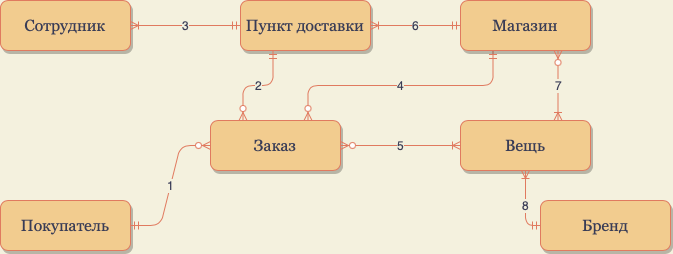
Earlier version of the draw.io export images/ConceptualModel.png (werticell/DatabaseProject). Source tidied: cells renumbered, new cells last; positions are measured from the earlier drawing's top-left corner, leaving out a move shared by most shapes.
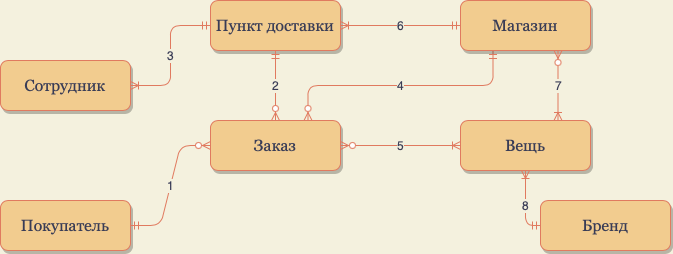
The same file after the commit.

The edit, as a diff of the source:
```diff
@@ -12,7 +12,7 @@
       <mxGeometry relative="1" as="geometry" />
     </mxCell>
     <mxCell id="5" value="&lt;font face=&quot;Georgia&quot; size=&quot;3&quot;&gt;Пункт доставки&lt;/font&gt;" style="rounded=1;whiteSpace=wrap;html=1;shadow=1;fillColor=#F2CC8F;strokeColor=#E07A5F;fontColor=#393C56;" parent="1" vertex="1">
-      <mxGeometry x="240" width="130" height="50" as="geometry" />
+      <mxGeometry x="210" width="130" height="50" as="geometry" />
     </mxCell>
     <mxCell id="6" value="4" style="fontSize=12;html=1;endArrow=ERzeroToMany;startArrow=ERmandOne;rounded=1;entryX=0.75;entryY=0;entryDx=0;entryDy=0;exitX=0.25;exitY=1;exitDx=0;exitDy=0;edgeStyle=orthogonalEdgeStyle;labelBackgroundColor=#F4F1DE;strokeColor=#E07A5F;fontColor=#393C56;" parent="1" edge="1" source="7" target="2">
       <mxGeometry relative="1" as="geometry" />
@@ -30,12 +30,12 @@
       <mxGeometry relative="1" as="geometry" />
     </mxCell>
     <mxCell id="11" value="&lt;font face=&quot;Georgia&quot; size=&quot;3&quot;&gt;Сотрудник&lt;br&gt;&lt;/font&gt;" style="rounded=1;whiteSpace=wrap;html=1;shadow=1;fillColor=#F2CC8F;strokeColor=#E07A5F;fontColor=#393C56;" parent="1" vertex="1">
-      <mxGeometry width="130" height="50" as="geometry" />
+      <mxGeometry y="60" width="130" height="50" as="geometry" />
     </mxCell>
     <mxCell id="12" value="3" style="edgeStyle=orthogonalEdgeStyle;fontSize=12;html=1;endArrow=ERoneToMany;startArrow=ERmandOne;strokeColor=#E07A5F;entryX=1;entryY=0.5;entryDx=0;entryDy=0;exitX=0;exitY=0.5;exitDx=0;exitDy=0;labelBackgroundColor=#F4F1DE;fontColor=#393C56;" parent="1" edge="1" source="5" target="11">
       <mxGeometry relative="1" as="geometry" />
     </mxCell>
-    <mxCell id="13" value="2" style="fontSize=12;html=1;endArrow=ERzeroToMany;startArrow=ERmandOne;rounded=1;entryX=0.25;entryY=0;entryDx=0;entryDy=0;exitX=0.25;exitY=1;exitDx=0;exitDy=0;edgeStyle=orthogonalEdgeStyle;labelBackgroundColor=#F4F1DE;strokeColor=#E07A5F;fontColor=#393C56;" parent="1" edge="1" source="5" target="2">
+    <mxCell id="13" value="2" style="fontSize=12;html=1;endArrow=ERzeroToMany;startArrow=ERmandOne;rounded=1;entryX=0.5;entryY=0;entryDx=0;entryDy=0;exitX=0.5;exitY=1;exitDx=0;exitDy=0;edgeStyle=orthogonalEdgeStyle;labelBackgroundColor=#F4F1DE;strokeColor=#E07A5F;fontColor=#393C56;" parent="1" edge="1" source="5" target="2">
       <mxGeometry relative="1" as="geometry" />
     </mxCell>
     <mxCell id="14" style="edgeStyle=orthogonalEdgeStyle;rounded=1;orthogonalLoop=1;jettySize=auto;html=1;exitX=0.5;exitY=1;exitDx=0;exitDy=0;strokeColor=#E07A5F;labelBackgroundColor=#F4F1DE;fontColor=#393C56;" parent="1" edge="1" source="9" target="9">
```
